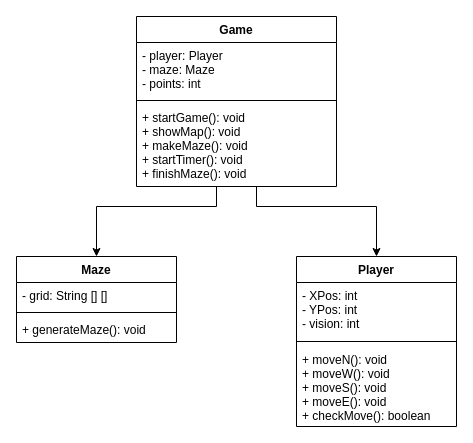
Above: School/Jaar 2/Periode_1/Javascript/EindOpdracht/classDiagram.drawio in Storm-Visser/Storm_Code (draw.io), before the change. Source tidied: cells renumbered, new cells numbered last; positions are measured from the earlier drawing's top-left corner, leaving out a move shared by most shapes. Both pictures are drawn from the tidied source at 100%, with x=0, y=0 at pixel (16, 16).
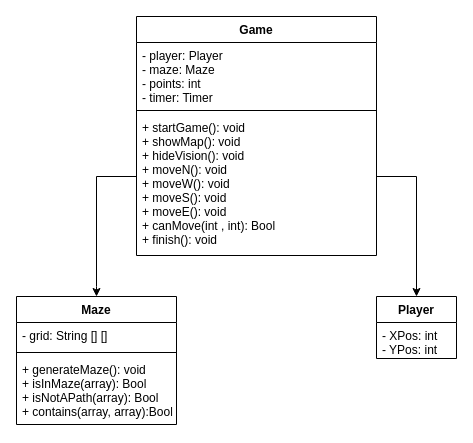
After the change.

Diff of the diagram source:
```diff
@@
 <mxGraphModel>
   <root>
     <mxCell id="0" />
     <mxCell id="1" parent="0" />
     <mxCell id="2" value="Maze" style="swimlane;fontStyle=1;align=center;verticalAlign=top;horizontal=1;startSize=26;" parent="1" vertex="1">
-      <mxGeometry y="240" width="160" height="86" as="geometry" />
+      <mxGeometry y="280" width="160" height="128" as="geometry" />
     </mxCell>
     <mxCell id="3" value="- grid: String [] []" style="text;strokeColor=none;fillColor=none;align=left;verticalAlign=top;spacingLeft=4;spacingRight=4;overflow=hidden;" parent="2" vertex="1">
       <mxGeometry y="26" width="160" height="26" as="geometry" />
     </mxCell>
     <mxCell id="4" style="line;strokeWidth=1;fillColor=none;align=left;verticalAlign=middle;spacingTop=-1;spacingLeft=3;spacingRight=3;labelPosition=right;" parent="2" vertex="1">
       <mxGeometry y="52" width="160" height="8" as="geometry" />
     </mxCell>
-    <mxCell id="5" value="+ generateMaze(): void" style="text;strokeColor=none;fillColor=none;align=left;verticalAlign=top;spacingLeft=4;spacingRight=4;overflow=hidden;" parent="2" vertex="1">
-      <mxGeometry y="60" width="160" height="26" as="geometry" />
+    <mxCell id="5" value="+ generateMaze(): void&#10;+ isInMaze(array): Bool&#10;+ isNotAPath(array): Bool&#10;+ contains(array, array):Bool" style="text;strokeColor=none;fillColor=none;align=left;verticalAlign=top;spacingLeft=4;spacingRight=4;overflow=hidden;" parent="2" vertex="1">
+      <mxGeometry y="60" width="160" height="68" as="geometry" />
     </mxCell>
     <mxCell id="6" value="Player" style="swimlane;fontStyle=1;align=center;verticalAlign=top;horizontal=1;startSize=26;" parent="1" vertex="1">
-      <mxGeometry x="280" y="240" width="160" height="170" as="geometry" />
+      <mxGeometry x="360" y="280" width="80" height="62" as="geometry" />
     </mxCell>
-    <mxCell id="7" value="- XPos: int&#10;- YPos: int&#10;- vision: int" style="text;strokeColor=none;fillColor=none;align=left;verticalAlign=top;spacingLeft=4;spacingRight=4;overflow=hidden;" parent="6" vertex="1">
-      <mxGeometry y="26" width="160" height="54" as="geometry" />
+    <mxCell id="7" value="- XPos: int&#10;- YPos: int" style="text;strokeColor=none;fillColor=none;align=left;verticalAlign=top;spacingLeft=4;spacingRight=4;overflow=hidden;" parent="6" vertex="1">
+      <mxGeometry y="26" width="80" height="36" as="geometry" />
     </mxCell>
-    <mxCell id="8" style="line;strokeWidth=1;fillColor=none;align=left;verticalAlign=middle;spacingTop=-1;spacingLeft=3;spacingRight=3;labelPosition=right;" parent="6" vertex="1">
-      <mxGeometry y="80" width="160" height="10" as="geometry" />
-    </mxCell>
-    <mxCell id="9" value="+ moveN(): void&#10;+ moveW(): void&#10;+ moveS(): void&#10;+ moveE(): void&#10;+ checkMove(): boolean" style="text;strokeColor=none;fillColor=none;align=left;verticalAlign=top;spacingLeft=4;spacingRight=4;overflow=hidden;" parent="6" vertex="1">
-      <mxGeometry y="90" width="160" height="80" as="geometry" />
-    </mxCell>
-    <mxCell id="10" style="edgeStyle=orthogonalEdgeStyle;rounded=0;jettySize=auto;html=1;entryX=0.5;entryY=0;entryDx=0;entryDy=0;" parent="1" edge="1" source="12" target="2">
-      <mxGeometry relative="1" as="geometry">
-        <Array as="points">
-          <mxPoint x="200" y="190" />
-          <mxPoint x="80" y="190" />
-        </Array>
-      </mxGeometry>
-    </mxCell>
     <mxCell id="11" style="edgeStyle=orthogonalEdgeStyle;rounded=0;jettySize=auto;html=1;entryX=0.5;entryY=0;entryDx=0;entryDy=0;" parent="1" edge="1" source="12" target="6">
       <mxGeometry relative="1" as="geometry">
         <Array as="points">
-          <mxPoint x="240" y="190" />
-          <mxPoint x="360" y="190" />
+          <mxPoint x="400" y="160" />
         </Array>
       </mxGeometry>
     </mxCell>
     <mxCell id="12" value="Game" style="swimlane;fontStyle=1;align=center;verticalAlign=top;horizontal=1;startSize=26;" parent="1" vertex="1">
-      <mxGeometry x="120" width="200" height="170" as="geometry" />
+      <mxGeometry x="120" width="240" height="239" as="geometry" />
     </mxCell>
-    <mxCell id="13" value="- player: Player&#10;- maze: Maze&#10;- points: int" style="text;strokeColor=none;fillColor=none;align=left;verticalAlign=top;spacingLeft=4;spacingRight=4;overflow=hidden;" parent="12" vertex="1">
-      <mxGeometry y="26" width="200" height="54" as="geometry" />
+    <mxCell id="13" value="- player: Player&#10;- maze: Maze&#10;- points: int&#10;- timer: Timer" style="text;strokeColor=none;fillColor=none;align=left;verticalAlign=top;spacingLeft=4;spacingRight=4;overflow=hidden;" parent="12" vertex="1">
+      <mxGeometry y="26" width="240" height="64" as="geometry" />
     </mxCell>
     <mxCell id="14" style="line;strokeWidth=1;fillColor=none;align=left;verticalAlign=middle;spacingTop=-1;spacingLeft=3;spacingRight=3;labelPosition=right;" parent="12" vertex="1">
-      <mxGeometry y="80" width="200" height="8" as="geometry" />
+      <mxGeometry y="90" width="240" height="8" as="geometry" />
     </mxCell>
-    <mxCell id="15" value="+ startGame(): void&#10;+ showMap(): void&#10;+ makeMaze(): void&#10;+ startTimer(): void&#10;+ finishMaze(): void" style="text;strokeColor=none;fillColor=none;align=left;verticalAlign=top;spacingLeft=4;spacingRight=4;overflow=hidden;points=[[0,0.5],[1,0.5]];portConstraint=eastwest;fontStyle=0;" parent="12" vertex="1">
-      <mxGeometry y="88" width="200" height="82" as="geometry" />
+    <mxCell id="15" value="+ startGame(): void&#10;+ showMap(): void&#10;+ hideVision(): void&#10;+ moveN(): void&#10;+ moveW(): void&#10;+ moveS(): void&#10;+ moveE(): void&#10;+ canMove(int , int): Bool&#10;+ finish(): void" style="text;strokeColor=none;fillColor=none;align=left;verticalAlign=top;spacingLeft=4;spacingRight=4;overflow=hidden;points=[[0,0.5],[1,0.5]];portConstraint=eastwest;fontStyle=0;" parent="12" vertex="1">
+      <mxGeometry y="98" width="240" height="141" as="geometry" />
     </mxCell>
+    <mxCell id="16" style="edgeStyle=orthogonalEdgeStyle;rounded=0;jettySize=auto;html=1;entryX=0.5;entryY=0;entryDx=0;entryDy=0;" parent="1" edge="1" source="15" target="2">
+      <mxGeometry relative="1" as="geometry">
+        <Array as="points">
+          <mxPoint x="80" y="160" />
+          <mxPoint x="80" y="270" />
+        </Array>
+      </mxGeometry>
+    </mxCell>
   </root>
 </mxGraphModel>
```
